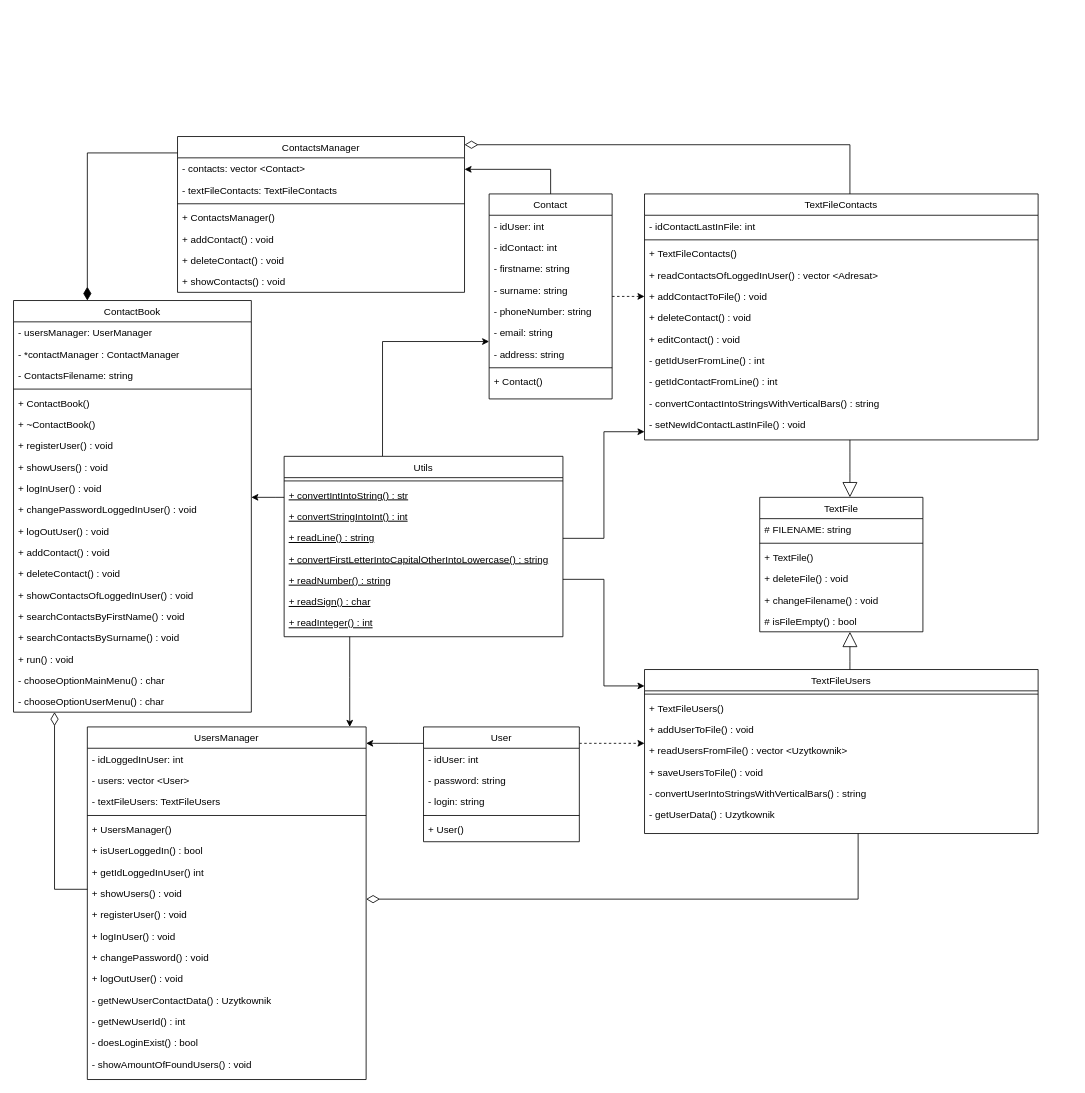
Earlier version of the draw.io diagram doc/contact-book.drawio (MichalWilczek/address-book-FutureProgrammer). Source tidied: cells renumbered, new cells numbered last; positions are measured from the earlier drawing's top-left corner, leaving out a move shared by most shapes. Both pictures are drawn from the tidied source at 82%, with x=0, y=0 at pixel (13, 136).
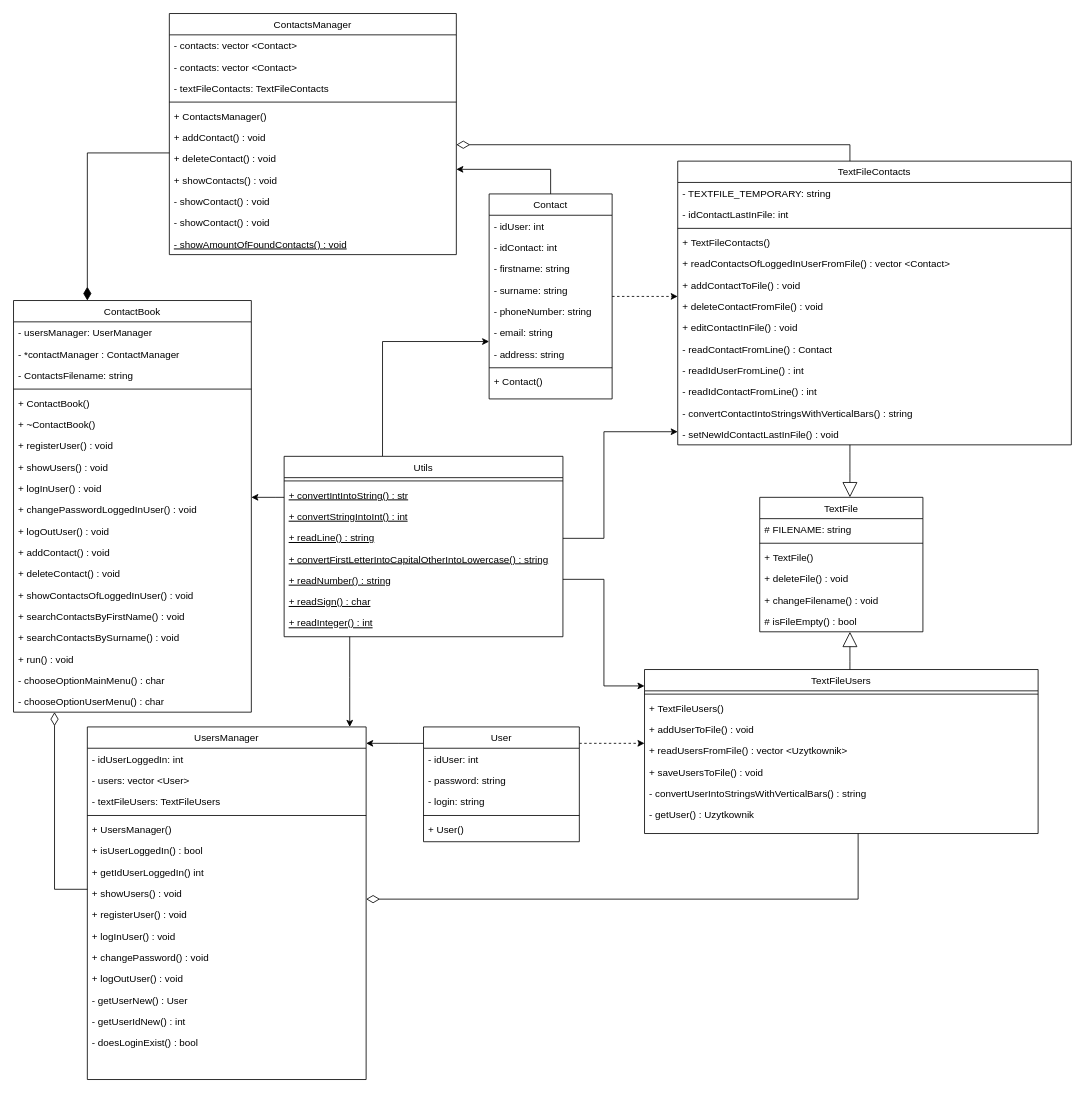
After the change.

The change refers to these unchanged cells:
```xml
<mxCell id="2" value="UsersManager" style="swimlane;fontStyle=0;align=center;verticalAlign=top;horizontal=1;startSize=26;rounded=0;shadow=0;strokeWidth=1;" parent="1" vertex="1">
  <mxGeometry x="90" y="720" width="340" height="430" as="geometry" />
</mxCell>
<mxCell id="36" value="TextFileUsers" style="swimlane;fontStyle=0;align=center;verticalAlign=top;horizontal=1;startSize=26;rounded=0;shadow=0;strokeWidth=1;" parent="1" vertex="1">
  <mxGeometry x="769.5" y="650" width="480" height="200" as="geometry" />
</mxCell>
```

Change to the diagram source:
```diff
@@
-    <mxCell id="3" value="- idLoggedInUser: int" style="text;align=left;verticalAlign=top;spacingLeft=4;spacingRight=4;overflow=hidden;" parent="2" vertex="1">
+    <mxCell id="3" value="- idUserLoggedIn: int" style="text;align=left;verticalAlign=top;spacingLeft=4;spacingRight=4;overflow=hidden;" parent="2" vertex="1">
       <mxGeometry y="26" width="340" height="26" as="geometry" />
     </mxCell>
@@
-    <mxCell id="9" value="+ getIdLoggedInUser() int" style="text;align=left;verticalAlign=top;spacingLeft=4;spacingRight=4;overflow=hidden;" parent="2" vertex="1">
+    <mxCell id="9" value="+ getIdUserLoggedIn() int" style="text;align=left;verticalAlign=top;spacingLeft=4;spacingRight=4;overflow=hidden;" parent="2" vertex="1">
       <mxGeometry y="164" width="340" height="26" as="geometry" />
     </mxCell>
@@
-    <mxCell id="15" value="- getNewUserContactData() : Uzytkownik" style="text;align=left;verticalAlign=top;spacingLeft=4;spacingRight=4;overflow=hidden;" parent="2" vertex="1">
+    <mxCell id="15" value="- getUserNew() : User" style="text;align=left;verticalAlign=top;spacingLeft=4;spacingRight=4;overflow=hidden;" parent="2" vertex="1">
       <mxGeometry y="320" width="340" height="26" as="geometry" />
     </mxCell>
-    <mxCell id="16" value="- getNewUserId() : int" style="text;align=left;verticalAlign=top;spacingLeft=4;spacingRight=4;overflow=hidden;" parent="2" vertex="1">
+    <mxCell id="16" value="- getUserIdNew() : int" style="text;align=left;verticalAlign=top;spacingLeft=4;spacingRight=4;overflow=hidden;" parent="2" vertex="1">
       <mxGeometry y="346" width="340" height="26" as="geometry" />
     </mxCell>
@@
-    <mxCell id="18" value="- showAmountOfFoundUsers() : void" style="text;align=left;verticalAlign=top;spacingLeft=4;spacingRight=4;overflow=hidden;" parent="2" vertex="1">
-      <mxGeometry y="398" width="340" height="26" as="geometry" />
-    </mxCell>
@@
-    <mxCell id="43" value="- getUserData() : Uzytkownik" style="text;align=left;verticalAlign=top;spacingLeft=4;spacingRight=4;overflow=hidden;" parent="36" vertex="1">
+    <mxCell id="43" value="- getUser() : Uzytkownik" style="text;align=left;verticalAlign=top;spacingLeft=4;spacingRight=4;overflow=hidden;" parent="36" vertex="1">
       <mxGeometry y="164" width="480" height="26" as="geometry" />
     </mxCell>
@@
     <mxCell id="45" value="TextFileContacts" style="swimlane;fontStyle=0;align=center;verticalAlign=top;horizontal=1;startSize=26;rounded=0;shadow=0;strokeWidth=1;" parent="1" vertex="1">
-      <mxGeometry x="769.5" y="70" width="480" height="300" as="geometry" />
+      <mxGeometry x="810" y="30" width="480" height="346" as="geometry" />
     </mxCell>
+    <mxCell id="114" value="- TEXTFILE_TEMPORARY: string" style="text;align=left;verticalAlign=top;spacingLeft=4;spacingRight=4;overflow=hidden;" parent="45" vertex="1">
+      <mxGeometry y="26" width="480" height="26" as="geometry" />
+    </mxCell>
     <mxCell id="46" value="- idContactLastInFile: int" style="text;align=left;verticalAlign=top;spacingLeft=4;spacingRight=4;overflow=hidden;" parent="45" vertex="1">
-      <mxGeometry y="26" width="480" height="26" as="geometry" />
+      <mxGeometry y="52" width="480" height="26" as="geometry" />
     </mxCell>
     <mxCell id="47" style="line;html=1;strokeWidth=1;align=left;verticalAlign=middle;spacingTop=-1;spacingLeft=3;spacingRight=3;labelPosition=right;" parent="45" vertex="1">
-      <mxGeometry y="52" width="480" height="8" as="geometry" />
+      <mxGeometry y="78" width="480" height="8" as="geometry" />
     </mxCell>
     <mxCell id="48" value="+ TextFileContacts()" style="text;align=left;verticalAlign=top;spacingLeft=4;spacingRight=4;overflow=hidden;" parent="45" vertex="1">
-      <mxGeometry y="60" width="480" height="26" as="geometry" />
+      <mxGeometry y="86" width="480" height="26" as="geometry" />
     </mxCell>
-    <mxCell id="49" value="+ readContactsOfLoggedInUser() : vector &lt;Adresat&gt;" style="text;align=left;verticalAlign=top;spacingLeft=4;spacingRight=4;overflow=hidden;" parent="45" vertex="1">
-      <mxGeometry y="86" width="480" height="26" as="geometry" />
+    <mxCell id="49" value="+ readContactsOfLoggedInUserFromFile() : vector &lt;Contact&gt;" style="text;align=left;verticalAlign=top;spacingLeft=4;spacingRight=4;overflow=hidden;" parent="45" vertex="1">
+      <mxGeometry y="112" width="480" height="26" as="geometry" />
     </mxCell>
     <mxCell id="50" value="+ addContactToFile() : void" style="text;align=left;verticalAlign=top;spacingLeft=4;spacingRight=4;overflow=hidden;" parent="45" vertex="1">
-      <mxGeometry y="112" width="480" height="26" as="geometry" />
+      <mxGeometry y="138" width="480" height="26" as="geometry" />
     </mxCell>
-    <mxCell id="51" value="+ deleteContact() : void" style="text;align=left;verticalAlign=top;spacingLeft=4;spacingRight=4;overflow=hidden;" parent="45" vertex="1">
-      <mxGeometry y="138" width="480" height="26" as="geometry" />
+    <mxCell id="51" value="+ deleteContactFromFile() : void" style="text;align=left;verticalAlign=top;spacingLeft=4;spacingRight=4;overflow=hidden;" parent="45" vertex="1">
+      <mxGeometry y="164" width="480" height="26" as="geometry" />
     </mxCell>
-    <mxCell id="52" value="+ editContact() : void" style="text;align=left;verticalAlign=top;spacingLeft=4;spacingRight=4;overflow=hidden;" parent="45" vertex="1">
-      <mxGeometry y="164" width="480" height="26" as="geometry" />
+    <mxCell id="52" value="+ editContactInFile() : void" style="text;align=left;verticalAlign=top;spacingLeft=4;spacingRight=4;overflow=hidden;" parent="45" vertex="1">
+      <mxGeometry y="190" width="480" height="26" as="geometry" />
     </mxCell>
+    <mxCell id="115" value="- readContactFromLine() : Contact" style="text;align=left;verticalAlign=top;spacingLeft=4;spacingRight=4;overflow=hidden;" parent="45" vertex="1">
+      <mxGeometry y="216" width="480" height="26" as="geometry" />
+    </mxCell>
-    <mxCell id="53" value="- getIdUserFromLine() : int" style="text;align=left;verticalAlign=top;spacingLeft=4;spacingRight=4;overflow=hidden;" parent="45" vertex="1">
-      <mxGeometry y="190" width="480" height="26" as="geometry" />
+    <mxCell id="53" value="- readIdUserFromLine() : int" style="text;align=left;verticalAlign=top;spacingLeft=4;spacingRight=4;overflow=hidden;" parent="45" vertex="1">
+      <mxGeometry y="242" width="480" height="26" as="geometry" />
     </mxCell>
-    <mxCell id="54" value="- getIdContactFromLine() : int" style="text;align=left;verticalAlign=top;spacingLeft=4;spacingRight=4;overflow=hidden;" parent="45" vertex="1">
-      <mxGeometry y="216" width="480" height="26" as="geometry" />
+    <mxCell id="54" value="- readIdContactFromLine() : int" style="text;align=left;verticalAlign=top;spacingLeft=4;spacingRight=4;overflow=hidden;" parent="45" vertex="1">
+      <mxGeometry y="268" width="480" height="26" as="geometry" />
     </mxCell>
     <mxCell id="55" value="- convertContactIntoStringsWithVerticalBars() : string" style="text;align=left;verticalAlign=top;spacingLeft=4;spacingRight=4;overflow=hidden;" parent="45" vertex="1">
-      <mxGeometry y="242" width="480" height="26" as="geometry" />
+      <mxGeometry y="294" width="480" height="26" as="geometry" />
     </mxCell>
     <mxCell id="56" value="- setNewIdContactLastInFile() : void" style="text;align=left;verticalAlign=top;spacingLeft=4;spacingRight=4;overflow=hidden;" parent="45" vertex="1">
-      <mxGeometry y="268" width="480" height="26" as="geometry" />
+      <mxGeometry y="320" width="480" height="26" as="geometry" />
     </mxCell>
@@
     <mxCell id="58" value="ContactsManager" style="swimlane;fontStyle=0;align=center;verticalAlign=top;horizontal=1;startSize=26;rounded=0;shadow=0;strokeWidth=1;" parent="1" vertex="1">
-      <mxGeometry x="200" width="350" height="190" as="geometry" />
+      <mxGeometry x="190" y="-150" width="350" height="294" as="geometry" />
     </mxCell>
+    <mxCell id="116" value="- contacts: vector &lt;Contact&gt;" style="text;align=left;verticalAlign=top;spacingLeft=4;spacingRight=4;overflow=hidden;rounded=0;shadow=0;html=0;" parent="58" vertex="1">
+      <mxGeometry y="26" width="350" height="26" as="geometry" />
+    </mxCell>
     <mxCell id="59" value="- contacts: vector &lt;Contact&gt;" style="text;align=left;verticalAlign=top;spacingLeft=4;spacingRight=4;overflow=hidden;rounded=0;shadow=0;html=0;" parent="58" vertex="1">
-      <mxGeometry y="26" width="350" height="26" as="geometry" />
+      <mxGeometry y="52" width="350" height="26" as="geometry" />
     </mxCell>
     <mxCell id="60" value="- textFileContacts: TextFileContacts" style="text;align=left;verticalAlign=top;spacingLeft=4;spacingRight=4;overflow=hidden;rounded=0;shadow=0;html=0;" parent="58" vertex="1">
-      <mxGeometry y="52" width="350" height="26" as="geometry" />
+      <mxGeometry y="78" width="350" height="26" as="geometry" />
     </mxCell>
     <mxCell id="61" style="line;html=1;strokeWidth=1;align=left;verticalAlign=middle;spacingTop=-1;spacingLeft=3;spacingRight=3;labelPosition=right;" parent="58" vertex="1">
-      <mxGeometry y="78" width="350" height="8" as="geometry" />
+      <mxGeometry y="104" width="350" height="8" as="geometry" />
     </mxCell>
     <mxCell id="62" value="+ ContactsManager()" style="text;align=left;verticalAlign=top;spacingLeft=4;spacingRight=4;overflow=hidden;" parent="58" vertex="1">
-      <mxGeometry y="86" width="350" height="26" as="geometry" />
+      <mxGeometry y="112" width="350" height="26" as="geometry" />
     </mxCell>
     <mxCell id="63" value="+ addContact() : void" style="text;align=left;verticalAlign=top;spacingLeft=4;spacingRight=4;overflow=hidden;" parent="58" vertex="1">
-      <mxGeometry y="112" width="350" height="26" as="geometry" />
+      <mxGeometry y="138" width="350" height="26" as="geometry" />
     </mxCell>
     <mxCell id="64" value="+ deleteContact() : void" style="text;align=left;verticalAlign=top;spacingLeft=4;spacingRight=4;overflow=hidden;" parent="58" vertex="1">
-      <mxGeometry y="138" width="350" height="26" as="geometry" />
+      <mxGeometry y="164" width="350" height="26" as="geometry" />
     </mxCell>
+    <mxCell id="117" value="+ showContacts() : void" style="text;align=left;verticalAlign=top;spacingLeft=4;spacingRight=4;overflow=hidden;" parent="58" vertex="1">
+      <mxGeometry y="190" width="350" height="26" as="geometry" />
+    </mxCell>
+    <mxCell id="118" value="- showContact() : void" style="text;align=left;verticalAlign=top;spacingLeft=4;spacingRight=4;overflow=hidden;" parent="58" vertex="1">
+      <mxGeometry y="216" width="350" height="26" as="geometry" />
+    </mxCell>
-    <mxCell id="65" value="+ showContacts() : void" style="text;align=left;verticalAlign=top;spacingLeft=4;spacingRight=4;overflow=hidden;" parent="58" vertex="1">
-      <mxGeometry y="164" width="350" height="26" as="geometry" />
+    <mxCell id="65" value="- showContact() : void" style="text;align=left;verticalAlign=top;spacingLeft=4;spacingRight=4;overflow=hidden;" parent="58" vertex="1">
+      <mxGeometry y="242" width="350" height="26" as="geometry" />
     </mxCell>
+    <mxCell id="119" value="- showAmountOfFoundContacts() : void" style="text;align=left;verticalAlign=top;spacingLeft=4;spacingRight=4;overflow=hidden;fontStyle=4;" parent="58" vertex="1">
+      <mxGeometry y="268" width="350" height="26" as="geometry" />
+    </mxCell>
```
